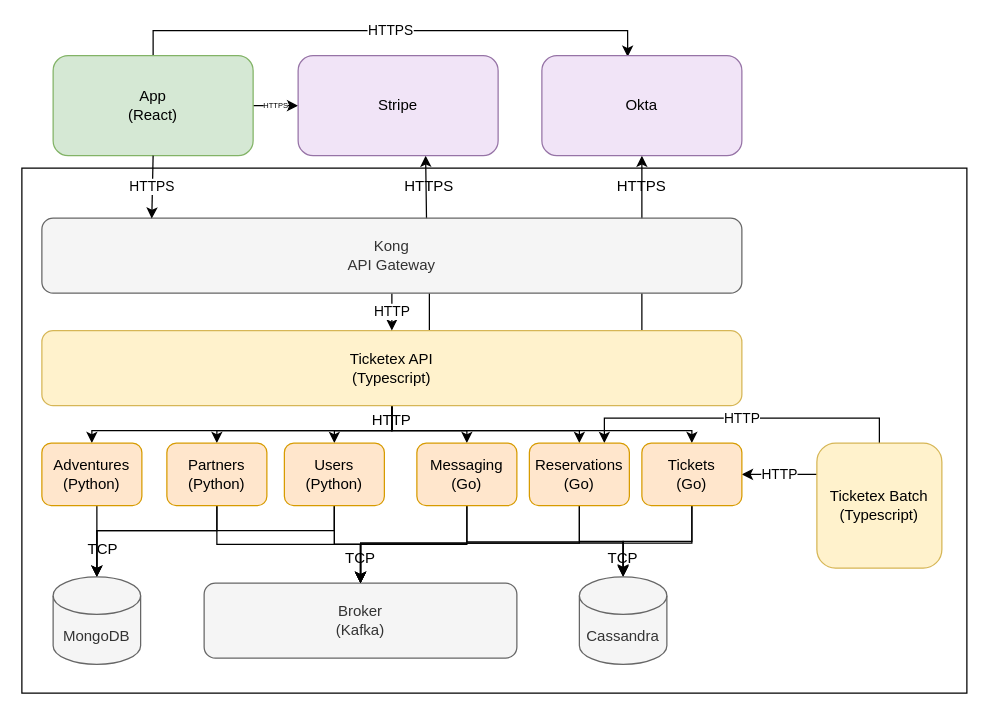
andrescosta/ticketex keeps this draw.io diagram as page "Arch (Low)" (3 of 4) of docs/arch.drawio. Above is the earlier version. Source tidied: cells renumbered, new cells numbered last; positions are measured from the earlier drawing's top-left corner, leaving out a move shared by most shapes. Both pictures are drawn from the tidied source at 125%, with x=0, y=0 at pixel (21, 30).
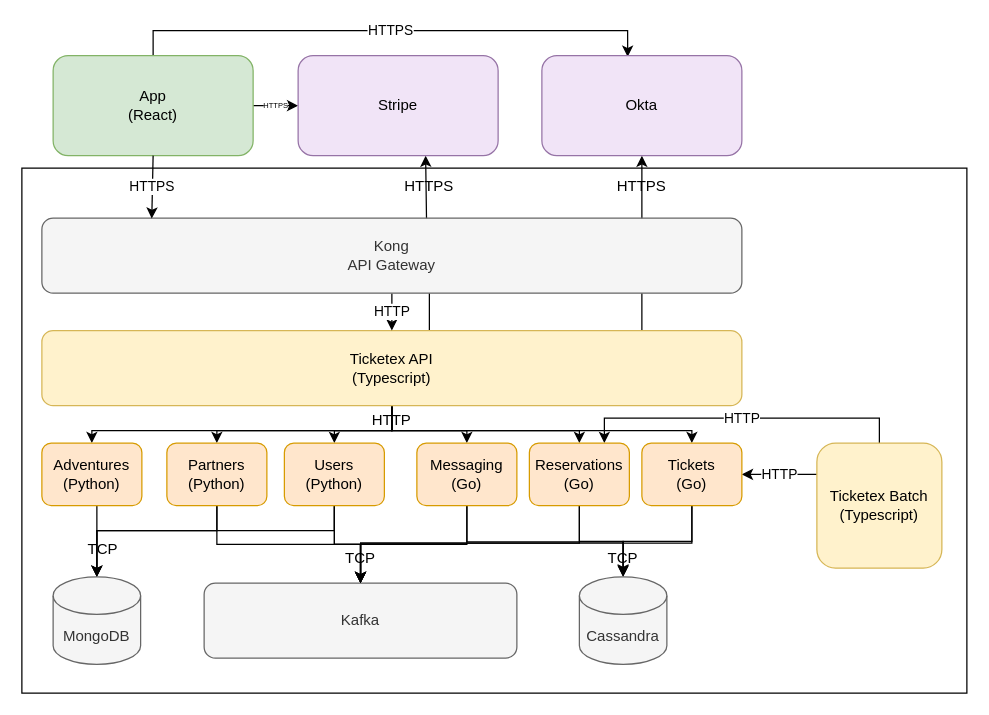
The same diagram, later.

Diff of the diagram source:
```diff
@@
-    <mxCell id="12" value="Broker&lt;br&gt;(Kafka)" style="rounded=1;whiteSpace=wrap;html=1;fillColor=#f5f5f5;strokeColor=#666666;fontColor=#333333;" parent="1" vertex="1">
+    <mxCell id="12" value="Kafka" style="rounded=1;whiteSpace=wrap;html=1;fillColor=#f5f5f5;strokeColor=#666666;fontColor=#333333;" parent="1" vertex="1">
       <mxGeometry x="145.8" y="442" width="250.2" height="60" as="geometry" />
     </mxCell>
```
